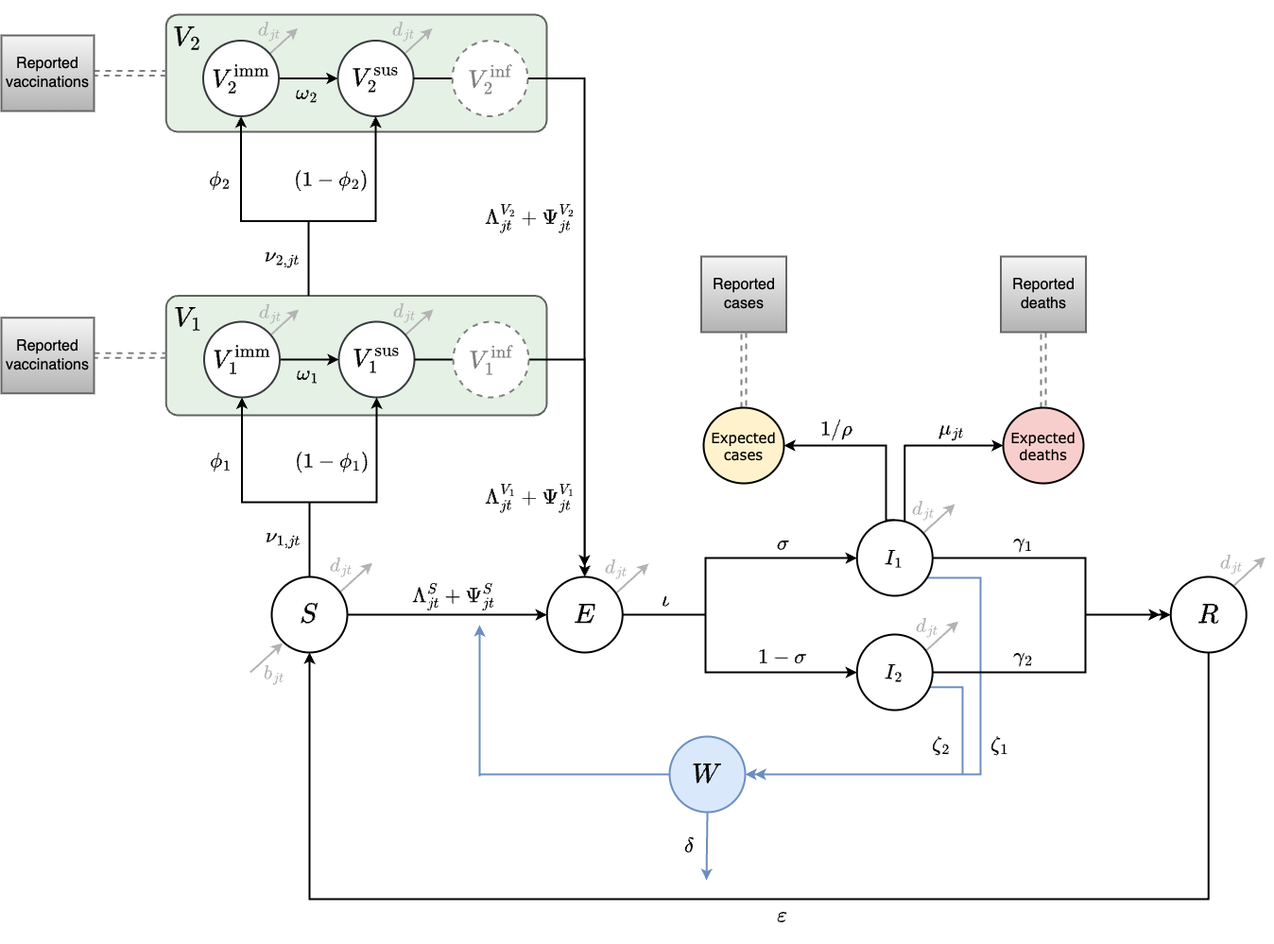
Above: docs/diagrams/v_0_5.drawio.png in InstituteforDiseaseModeling/MOSAIC-docs (draw.io), before the change. Source tidied: cells renumbered, new cells last; positions are measured from the earlier drawing's top-left corner, leaving out a move shared by most shapes.
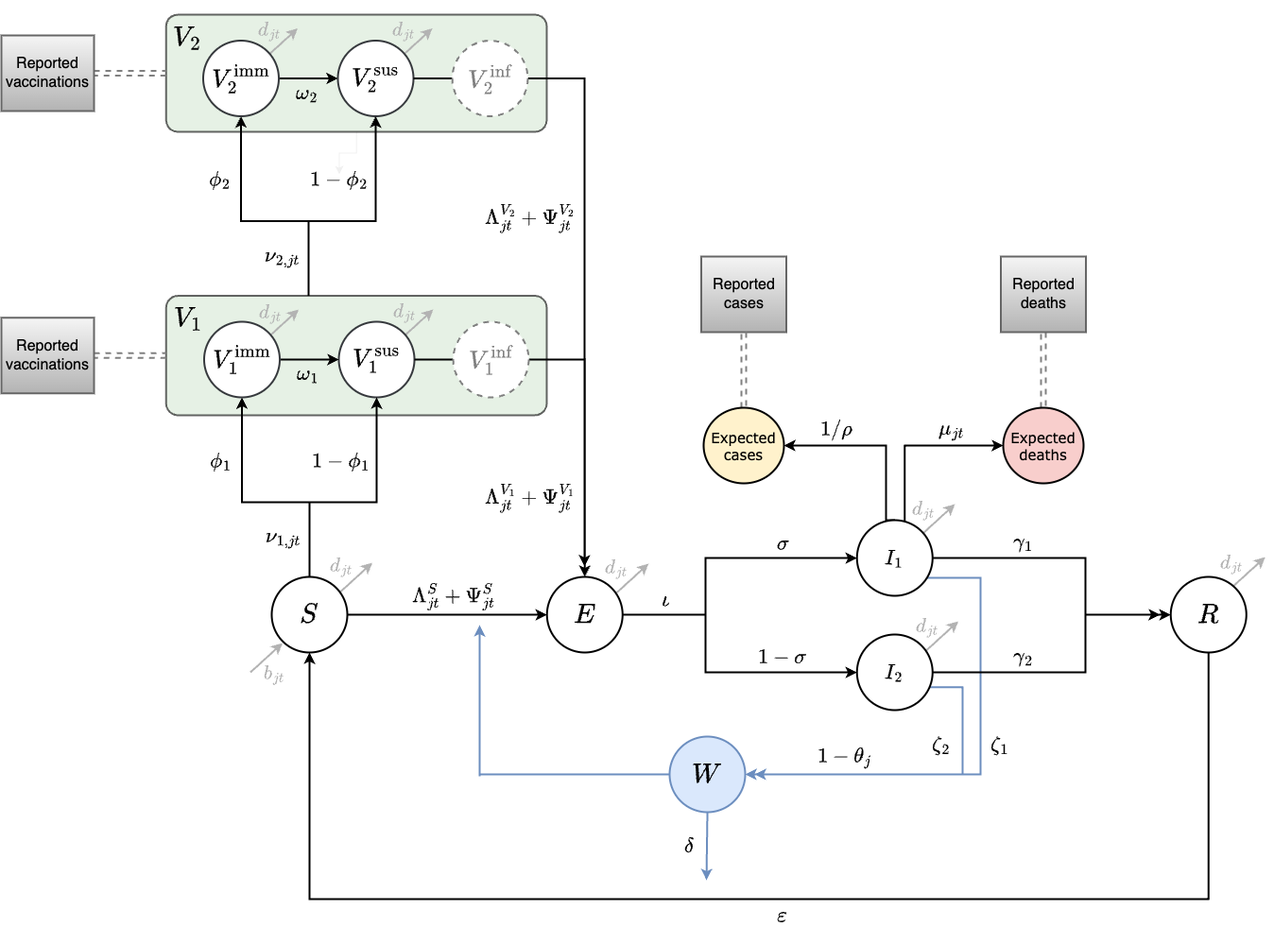
After the commit.

Diff of the diagram source:
```diff
@@ -245,8 +245,8 @@
         <mxPoint x="1012.5" y="642" as="targetPoint" />
       </mxGeometry>
     </mxCell>
-    <mxCell id="55" value="$$(1-\phi_1)$$" style="text;html=1;align=center;verticalAlign=middle;whiteSpace=wrap;rounded=0;rotation=0;fontSize=18;fontFamily=Verdana;fontColor=#000000;strokeWidth=2;" parent="1" vertex="1">
-      <mxGeometry x="331" y="466.5" width="39" height="12.5" as="geometry" />
+    <mxCell id="55" value="$$1-\phi_1$$" style="text;html=1;align=center;verticalAlign=middle;whiteSpace=wrap;rounded=0;rotation=0;fontSize=18;fontFamily=Verdana;fontColor=#000000;strokeWidth=2;" parent="1" vertex="1">
+      <mxGeometry x="340" y="466.5" width="39" height="12.5" as="geometry" />
     </mxCell>
     <mxCell id="56" value="$$V^{\text{sus}}_1$$" style="ellipse;whiteSpace=wrap;html=1;fontSize=22;fontFamily=Verdana;strokeWidth=2;fillColor=#FFFFFF;strokeColor=#36393d;fontColor=#000000;" parent="1" vertex="1">
       <mxGeometry x="357" y="325" width="80" height="80" as="geometry" />
@@ -303,6 +303,9 @@
     <mxCell id="67" value="$$\Lambda^{V_1}_{jt} + \Psi^{V_1}_{jt} $$" style="text;html=1;align=center;verticalAlign=middle;whiteSpace=wrap;rounded=0;rotation=0;fontSize=18;fontFamily=Verdana;fontColor=#000000;strokeWidth=2;" parent="1" vertex="1">
       <mxGeometry x="513" y="497" width="94" height="30" as="geometry" />
     </mxCell>
+    <mxCell id="94" style="edgeStyle=orthogonalEdgeStyle;rounded=0;jettySize=auto;html=1;" parent="1" edge="1" source="68" target="76">
+      <mxGeometry relative="1" as="geometry" />
+    </mxCell>
     <mxCell id="68" style="rounded=1;whiteSpace=wrap;html=1;fillColor=#d5e8d4;strokeColor=#000000;arcSize=10;strokeWidth=2;opacity=60;" parent="1" vertex="1">
       <mxGeometry x="174.2" width="402.8" height="124" as="geometry" />
     </mxCell>
@@ -336,8 +339,8 @@
         <mxPoint x="313.5" y="14.5" as="targetPoint" />
       </mxGeometry>
     </mxCell>
-    <mxCell id="76" value="$$(1-\phi_2)$$" style="text;html=1;align=center;verticalAlign=middle;whiteSpace=wrap;rounded=0;rotation=0;fontSize=18;fontFamily=Verdana;fontColor=#000000;strokeWidth=2;" parent="1" vertex="1">
-      <mxGeometry x="330" y="169" width="39" height="12.5" as="geometry" />
+    <mxCell id="76" value="$$1-\phi_2$$" style="text;html=1;align=center;verticalAlign=middle;whiteSpace=wrap;rounded=0;rotation=0;fontSize=18;fontFamily=Verdana;fontColor=#000000;strokeWidth=2;" parent="1" vertex="1">
+      <mxGeometry x="338" y="169" width="39" height="12.5" as="geometry" />
     </mxCell>
     <mxCell id="77" value="$$V^{\text{sus}}_2$$" style="ellipse;whiteSpace=wrap;html=1;fontSize=22;fontFamily=Verdana;strokeWidth=2;fillColor=#FFFFFF;strokeColor=#36393d;fontColor=#000000;" parent="1" vertex="1">
       <mxGeometry x="356" y="27.5" width="80" height="80" as="geometry" />
@@ -412,5 +415,8 @@
     <mxCell id="93" value="&lt;div style=&quot;font-size: 18px;&quot;&gt;$$I_2$$&lt;/div&gt;" style="ellipse;whiteSpace=wrap;html=1;fontSize=18;fontFamily=Verdana;fillColor=#FFFFFF;strokeColor=#000000;strokeWidth=2;fontColor=#000000;" parent="1" vertex="1">
       <mxGeometry x="905.2" y="656" width="80" height="80" as="geometry" />
     </mxCell>
+    <mxCell id="95" value="$$1-\theta_j$$" style="text;html=1;align=center;verticalAlign=middle;whiteSpace=wrap;rounded=0;rotation=0;fontSize=18;fontFamily=Verdana;fontColor=#000000;strokeWidth=2;" parent="1" vertex="1">
+      <mxGeometry x="873" y="779.5" width="39" height="12.5" as="geometry" />
+    </mxCell>
   </root>
 </mxGraphModel>
```
